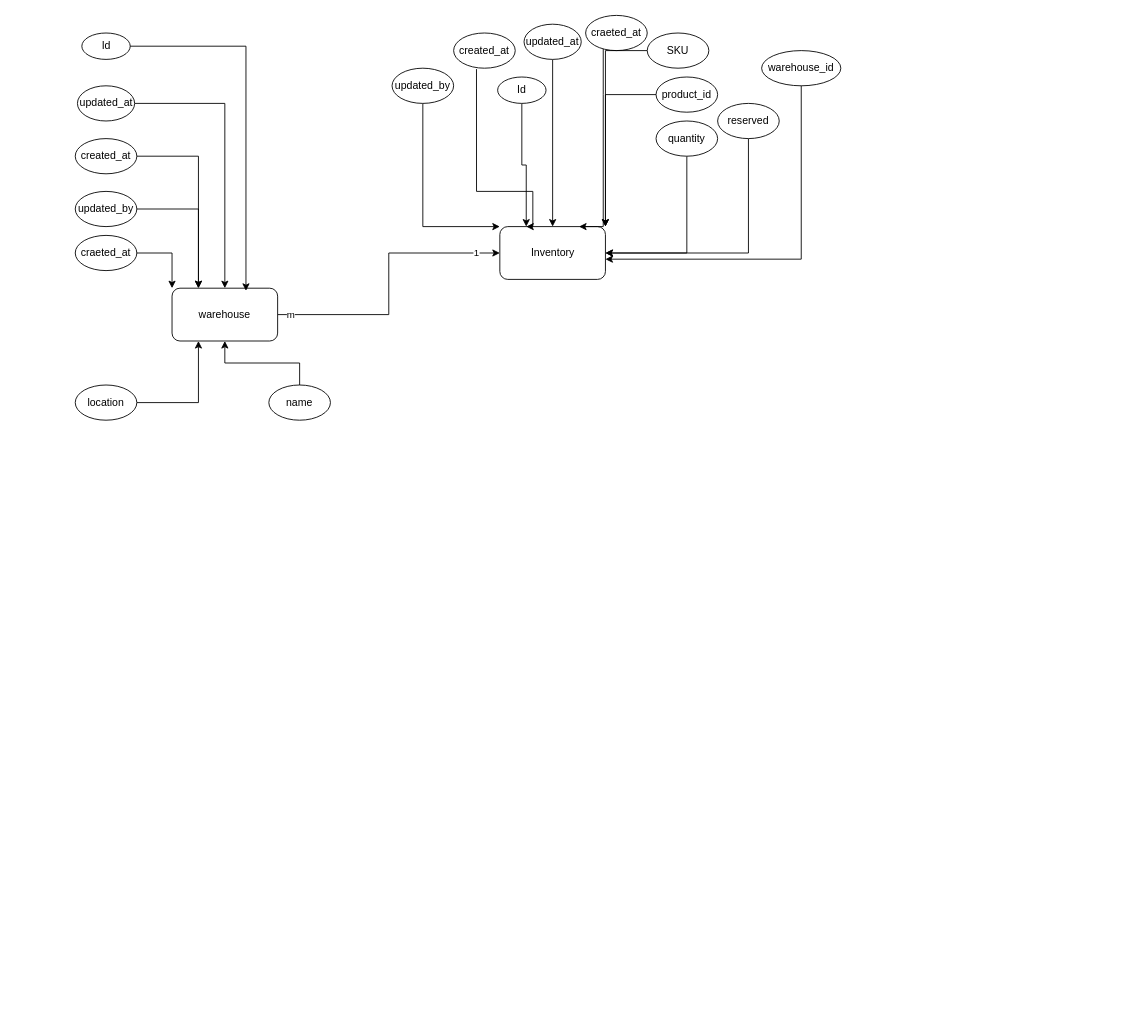
The draw.io diagram eCommerceSolution.InvertoryService/Inventory.drawio in lotfi029/ecommerce, before the edit. Source tidied: cells renumbered, new cells numbered last; positions are measured from the earlier drawing's top-left corner, leaving out a move shared by most shapes. Both pictures are drawn from the tidied source at 88%, with x=0, y=0 at pixel (75, 15).
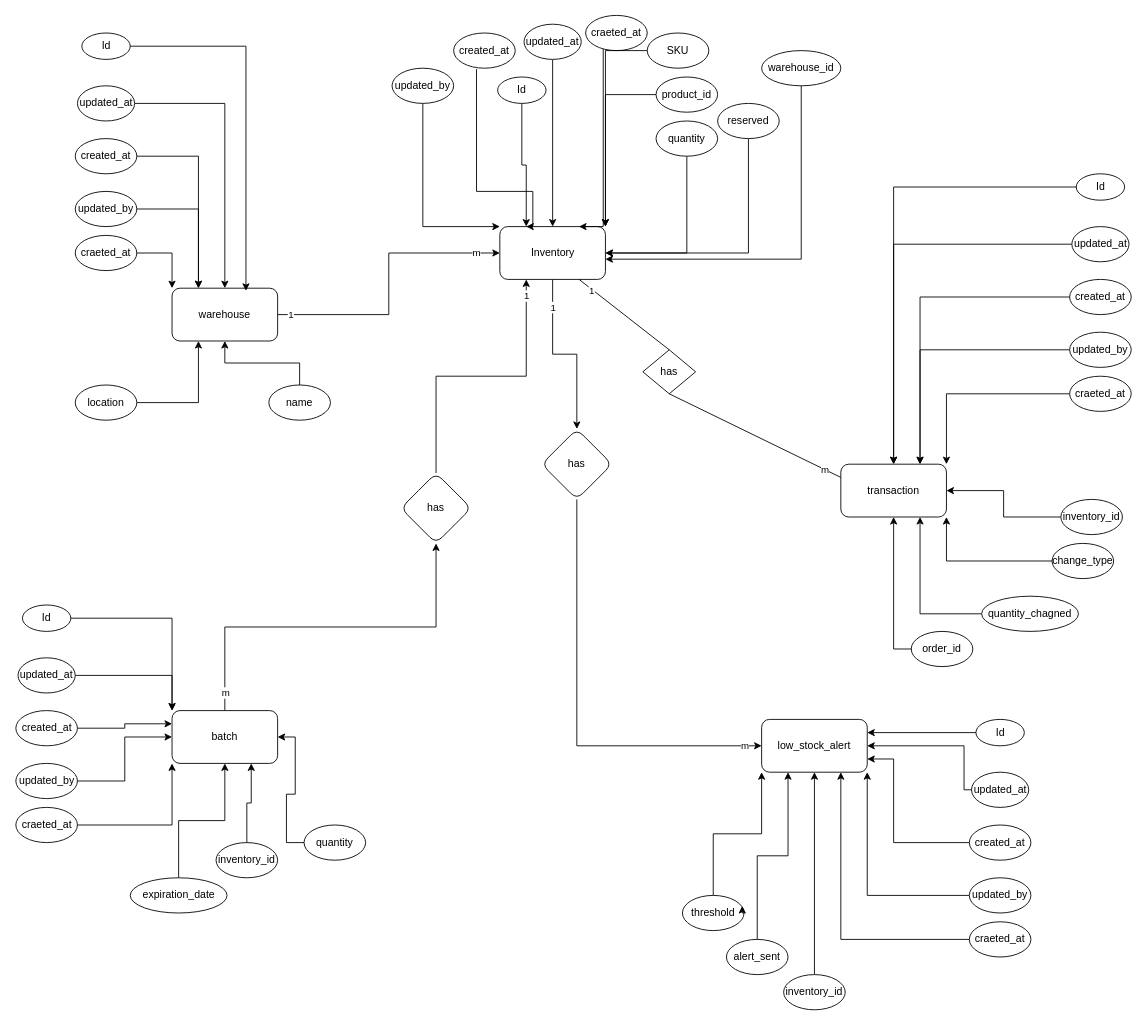
Above is the later version.

The change refers to these unchanged cells:
```xml
<mxCell id="2" value="Inventory" style="rounded=1;whiteSpace=wrap;html=1;" parent="1" vertex="1">
  <mxGeometry x="482.5" y="240" width="120" height="60" as="geometry" />
</mxCell>
<mxCell id="23" style="edgeStyle=orthogonalEdgeStyle;rounded=0;jettySize=auto;html=1;entryX=0;entryY=0.5;entryDx=0;entryDy=0;" parent="1" edge="1" source="26" target="2">
  <mxGeometry relative="1" as="geometry" />
</mxCell>
```

Diff of the diagram source:
```diff
@@
+    <mxCell id="41" style="edgeStyle=orthogonalEdgeStyle;rounded=0;jettySize=auto;html=1;entryX=0.5;entryY=0;entryDx=0;entryDy=0;" parent="1" edge="1" source="2" target="87">
+      <mxGeometry relative="1" as="geometry" />
+    </mxCell>
+    <mxCell id="42" value="1" style="edgeLabel;html=1;align=center;verticalAlign=middle;" parent="41" vertex="1">
+      <mxGeometry x="-0.69" relative="1" as="geometry" />
+    </mxCell>
@@
-    <mxCell id="24" value="m" style="edgeLabel;html=1;align=center;verticalAlign=middle;" parent="23" vertex="1">
+    <mxCell id="24" value="1" style="edgeLabel;html=1;align=center;verticalAlign=middle;" parent="23" vertex="1">
       <mxGeometry x="-0.92" y="-1" relative="1" as="geometry">
         <mxPoint x="1" y="-2" as="offset" />
       </mxGeometry>
     </mxCell>
-    <mxCell id="25" value="1" style="edgeLabel;html=1;align=center;verticalAlign=middle;" parent="23" vertex="1">
+    <mxCell id="25" value="m" style="edgeLabel;html=1;align=center;verticalAlign=middle;" parent="23" vertex="1">
       <mxGeometry x="0.77" relative="1" as="geometry">
         <mxPoint x="10" y="-1" as="offset" />
       </mxGeometry>
     </mxCell>
@@
+    <mxCell id="43" value="transaction" style="rounded=1;whiteSpace=wrap;html=1;" parent="1" vertex="1">
+      <mxGeometry x="870" y="510" width="120" height="60" as="geometry" />
+    </mxCell>
+    <mxCell id="44" style="edgeStyle=orthogonalEdgeStyle;rounded=0;jettySize=auto;html=1;entryX=0.5;entryY=0;entryDx=0;entryDy=0;" parent="1" edge="1" source="45" target="43">
+      <mxGeometry relative="1" as="geometry" />
+    </mxCell>
+    <mxCell id="45" value="Id" style="ellipse;whiteSpace=wrap;html=1;" parent="1" vertex="1">
+      <mxGeometry x="1137.5" y="180" width="55" height="30" as="geometry" />
+    </mxCell>
+    <mxCell id="46" style="edgeStyle=orthogonalEdgeStyle;rounded=0;jettySize=auto;html=1;entryX=1;entryY=0;entryDx=0;entryDy=0;" parent="1" edge="1" source="47" target="43">
+      <mxGeometry relative="1" as="geometry" />
+    </mxCell>
+    <mxCell id="47" value="craeted_at" style="ellipse;whiteSpace=wrap;html=1;" parent="1" vertex="1">
+      <mxGeometry x="1130" y="410" width="70" height="40" as="geometry" />
+    </mxCell>
+    <mxCell id="48" style="edgeStyle=orthogonalEdgeStyle;rounded=0;jettySize=auto;html=1;entryX=0.75;entryY=0;entryDx=0;entryDy=0;" parent="1" edge="1" source="49" target="43">
+      <mxGeometry relative="1" as="geometry" />
+    </mxCell>
+    <mxCell id="49" value="created_at" style="ellipse;whiteSpace=wrap;html=1;" parent="1" vertex="1">
+      <mxGeometry x="1130" y="300" width="70" height="40" as="geometry" />
+    </mxCell>
+    <mxCell id="50" style="edgeStyle=orthogonalEdgeStyle;rounded=0;jettySize=auto;html=1;entryX=0.5;entryY=0;entryDx=0;entryDy=0;" parent="1" edge="1" source="51" target="43">
+      <mxGeometry relative="1" as="geometry" />
+    </mxCell>
+    <mxCell id="51" value="updated_at" style="ellipse;whiteSpace=wrap;html=1;" parent="1" vertex="1">
+      <mxGeometry x="1132.5" y="240" width="65" height="40" as="geometry" />
+    </mxCell>
+    <mxCell id="52" style="edgeStyle=orthogonalEdgeStyle;rounded=0;jettySize=auto;html=1;entryX=0.75;entryY=0;entryDx=0;entryDy=0;" parent="1" edge="1" source="53" target="43">
+      <mxGeometry relative="1" as="geometry" />
+    </mxCell>
+    <mxCell id="53" value="updated&lt;span style=&quot;background-color: transparent; color: light-dark(rgb(0, 0, 0), rgb(255, 255, 255));&quot;&gt;_by&lt;/span&gt;" style="ellipse;whiteSpace=wrap;html=1;" parent="1" vertex="1">
+      <mxGeometry x="1130" y="360" width="70" height="40" as="geometry" />
+    </mxCell>
+    <mxCell id="54" style="edgeStyle=orthogonalEdgeStyle;rounded=0;jettySize=auto;html=1;entryX=1;entryY=0.5;entryDx=0;entryDy=0;" parent="1" edge="1" source="55" target="43">
+      <mxGeometry relative="1" as="geometry" />
+    </mxCell>
+    <mxCell id="55" value="inventory_id" style="ellipse;whiteSpace=wrap;html=1;" parent="1" vertex="1">
+      <mxGeometry x="1120" y="550" width="70" height="40" as="geometry" />
+    </mxCell>
+    <mxCell id="56" style="edgeStyle=orthogonalEdgeStyle;rounded=0;jettySize=auto;html=1;entryX=0.75;entryY=1;entryDx=0;entryDy=0;" parent="1" edge="1" source="57" target="43">
+      <mxGeometry relative="1" as="geometry" />
+    </mxCell>
+    <mxCell id="57" value="quantity_chagned" style="ellipse;whiteSpace=wrap;html=1;" parent="1" vertex="1">
+      <mxGeometry x="1030" y="660" width="110" height="40" as="geometry" />
+    </mxCell>
+    <mxCell id="58" style="edgeStyle=orthogonalEdgeStyle;rounded=0;jettySize=auto;html=1;entryX=1;entryY=1;entryDx=0;entryDy=0;" parent="1" edge="1" source="59" target="43">
+      <mxGeometry relative="1" as="geometry" />
+    </mxCell>
+    <mxCell id="59" value="change_type" style="ellipse;whiteSpace=wrap;html=1;" parent="1" vertex="1">
+      <mxGeometry x="1110" y="600" width="70" height="40" as="geometry" />
+    </mxCell>
+    <mxCell id="60" value="order_id" style="ellipse;whiteSpace=wrap;html=1;" parent="1" vertex="1">
+      <mxGeometry x="950" y="700" width="70" height="40" as="geometry" />
+    </mxCell>
+    <mxCell id="61" style="edgeStyle=orthogonalEdgeStyle;rounded=0;jettySize=auto;html=1;entryX=0.5;entryY=1;entryDx=0;entryDy=0;exitX=0;exitY=0.5;exitDx=0;exitDy=0;" parent="1" edge="1" source="60" target="43">
+      <mxGeometry relative="1" as="geometry">
+        <Array as="points">
+          <mxPoint x="930" y="720" />
+        </Array>
+      </mxGeometry>
+    </mxCell>
+    <mxCell id="62" style="endArrow=none;html=1;rounded=0;entryX=0.5;entryY=1;entryDx=0;entryDy=0;exitX=0;exitY=0.25;exitDx=0;exitDy=0;" parent="1" edge="1" source="43" target="64">
+      <mxGeometry relative="1" as="geometry" />
+    </mxCell>
+    <mxCell id="63" value="m" style="edgeLabel;html=1;align=center;verticalAlign=middle;" parent="62" vertex="1">
+      <mxGeometry x="-0.81" relative="1" as="geometry" />
+    </mxCell>
+    <mxCell id="64" value="has" style="rhombus;whiteSpace=wrap;html=1;" parent="1" vertex="1">
+      <mxGeometry x="645" y="380" width="60" height="50" as="geometry" />
+    </mxCell>
+    <mxCell id="65" style="endArrow=none;html=1;rounded=0;entryX=0.75;entryY=1;entryDx=0;entryDy=0;exitX=0.5;exitY=0;exitDx=0;exitDy=0;" parent="1" edge="1" source="64" target="2">
+      <mxGeometry relative="1" as="geometry" />
+    </mxCell>
+    <mxCell id="66" value="1" style="edgeLabel;html=1;align=center;verticalAlign=middle;" parent="65" vertex="1">
+      <mxGeometry x="0.73" relative="1" as="geometry">
+        <mxPoint y="1" as="offset" />
+      </mxGeometry>
+    </mxCell>
+    <mxCell id="67" value="low_stock_alert" style="rounded=1;whiteSpace=wrap;html=1;" parent="1" vertex="1">
+      <mxGeometry x="780" y="800" width="120" height="60" as="geometry" />
+    </mxCell>
+    <mxCell id="68" style="edgeStyle=orthogonalEdgeStyle;rounded=0;jettySize=auto;html=1;entryX=1;entryY=0.25;entryDx=0;entryDy=0;" parent="1" edge="1" source="69" target="67">
+      <mxGeometry relative="1" as="geometry" />
+    </mxCell>
+    <mxCell id="69" value="Id" style="ellipse;whiteSpace=wrap;html=1;" parent="1" vertex="1">
+      <mxGeometry x="1023.5" y="800" width="55" height="30" as="geometry" />
+    </mxCell>
+    <mxCell id="70" style="edgeStyle=orthogonalEdgeStyle;rounded=0;jettySize=auto;html=1;entryX=0.75;entryY=1;entryDx=0;entryDy=0;" parent="1" edge="1" source="71" target="67">
+      <mxGeometry relative="1" as="geometry" />
+    </mxCell>
+    <mxCell id="71" value="craeted_at" style="ellipse;whiteSpace=wrap;html=1;" parent="1" vertex="1">
+      <mxGeometry x="1016" y="1030" width="70" height="40" as="geometry" />
+    </mxCell>
+    <mxCell id="72" style="edgeStyle=orthogonalEdgeStyle;rounded=0;jettySize=auto;html=1;entryX=1;entryY=0.75;entryDx=0;entryDy=0;" parent="1" edge="1" source="73" target="67">
+      <mxGeometry relative="1" as="geometry">
+        <Array as="points">
+          <mxPoint x="930" y="940" />
+          <mxPoint x="930" y="845" />
+        </Array>
+      </mxGeometry>
+    </mxCell>
+    <mxCell id="73" value="created_at" style="ellipse;whiteSpace=wrap;html=1;" parent="1" vertex="1">
+      <mxGeometry x="1016" y="920" width="70" height="40" as="geometry" />
+    </mxCell>
+    <mxCell id="74" style="edgeStyle=orthogonalEdgeStyle;rounded=0;jettySize=auto;html=1;entryX=1;entryY=0.5;entryDx=0;entryDy=0;" parent="1" edge="1" source="75" target="67">
+      <mxGeometry relative="1" as="geometry">
+        <Array as="points">
+          <mxPoint x="1010" y="880" />
+          <mxPoint x="1010" y="830" />
+        </Array>
+      </mxGeometry>
+    </mxCell>
+    <mxCell id="75" value="updated_at" style="ellipse;whiteSpace=wrap;html=1;" parent="1" vertex="1">
+      <mxGeometry x="1018.5" y="860" width="65" height="40" as="geometry" />
+    </mxCell>
+    <mxCell id="76" style="edgeStyle=orthogonalEdgeStyle;rounded=0;jettySize=auto;html=1;entryX=1;entryY=1;entryDx=0;entryDy=0;" parent="1" edge="1" source="77" target="67">
+      <mxGeometry relative="1" as="geometry" />
+    </mxCell>
+    <mxCell id="77" value="updated&lt;span style=&quot;background-color: transparent; color: light-dark(rgb(0, 0, 0), rgb(255, 255, 255));&quot;&gt;_by&lt;/span&gt;" style="ellipse;whiteSpace=wrap;html=1;" parent="1" vertex="1">
+      <mxGeometry x="1016" y="980" width="70" height="40" as="geometry" />
+    </mxCell>
+    <mxCell id="78" style="edgeStyle=orthogonalEdgeStyle;rounded=0;jettySize=auto;html=1;entryX=0.5;entryY=1;entryDx=0;entryDy=0;" parent="1" edge="1" source="79" target="67">
+      <mxGeometry relative="1" as="geometry" />
+    </mxCell>
+    <mxCell id="79" value="inventory_id" style="ellipse;whiteSpace=wrap;html=1;" parent="1" vertex="1">
+      <mxGeometry x="805" y="1090" width="70" height="40" as="geometry" />
+    </mxCell>
+    <mxCell id="80" style="edgeStyle=orthogonalEdgeStyle;rounded=0;jettySize=auto;html=1;entryX=0.25;entryY=1;entryDx=0;entryDy=0;" parent="1" edge="1" source="81" target="67">
+      <mxGeometry relative="1" as="geometry" />
+    </mxCell>
+    <mxCell id="81" value="alert_sent" style="ellipse;whiteSpace=wrap;html=1;" parent="1" vertex="1">
+      <mxGeometry x="740" y="1050" width="70" height="40" as="geometry" />
+    </mxCell>
+    <mxCell id="82" style="edgeStyle=orthogonalEdgeStyle;rounded=0;jettySize=auto;html=1;entryX=0;entryY=1;entryDx=0;entryDy=0;exitX=0.5;exitY=0;exitDx=0;exitDy=0;" parent="1" edge="1" source="83" target="67">
+      <mxGeometry relative="1" as="geometry">
+        <Array as="points">
+          <mxPoint x="725" y="930" />
+          <mxPoint x="780" y="930" />
+        </Array>
+      </mxGeometry>
+    </mxCell>
+    <mxCell id="83" value="threshold" style="ellipse;whiteSpace=wrap;html=1;" parent="1" vertex="1">
+      <mxGeometry x="690" y="1000" width="70" height="40" as="geometry" />
+    </mxCell>
+    <mxCell id="84" style="edgeStyle=orthogonalEdgeStyle;rounded=0;orthogonalLoop=1;jettySize=auto;html=1;exitX=1;exitY=0.5;exitDx=0;exitDy=0;entryX=0.971;entryY=0.3;entryDx=0;entryDy=0;entryPerimeter=0;" parent="1" edge="1" source="83" target="83">
+      <mxGeometry relative="1" as="geometry" />
+    </mxCell>
+    <mxCell id="85" style="edgeStyle=orthogonalEdgeStyle;rounded=0;jettySize=auto;html=1;entryX=0;entryY=0.5;entryDx=0;entryDy=0;exitX=0.5;exitY=1;exitDx=0;exitDy=0;" parent="1" edge="1" source="87" target="67">
+      <mxGeometry relative="1" as="geometry" />
+    </mxCell>
+    <mxCell id="86" value="&lt;div&gt;&lt;span style=&quot;background-color: light-dark(#ffffff, var(--ge-dark-color, #121212)); color: light-dark(rgb(0, 0, 0), rgb(255, 255, 255));&quot;&gt;m&lt;/span&gt;&lt;/div&gt;" style="edgeLabel;html=1;align=center;verticalAlign=middle;" parent="85" vertex="1">
+      <mxGeometry x="0.92" y="-2" relative="1" as="geometry">
+        <mxPoint y="-3" as="offset" />
+      </mxGeometry>
+    </mxCell>
+    <mxCell id="87" value="has" style="rhombus;whiteSpace=wrap;html=1;rounded=1;" parent="1" vertex="1">
+      <mxGeometry x="530" y="470" width="80" height="80" as="geometry" />
+    </mxCell>
+    <mxCell id="88" style="edgeStyle=orthogonalEdgeStyle;rounded=0;jettySize=auto;html=1;exitX=0.5;exitY=0;exitDx=0;exitDy=0;" parent="1" edge="1" source="90" target="109">
+      <mxGeometry relative="1" as="geometry" />
+    </mxCell>
+    <mxCell id="89" value="m" style="edgeLabel;html=1;align=center;verticalAlign=middle;" parent="88" vertex="1">
+      <mxGeometry x="-0.9" relative="1" as="geometry" />
+    </mxCell>
+    <mxCell id="90" value="batch" style="rounded=1;whiteSpace=wrap;html=1;" parent="1" vertex="1">
+      <mxGeometry x="110" y="790" width="120" height="60" as="geometry" />
+    </mxCell>
+    <mxCell id="91" style="edgeStyle=orthogonalEdgeStyle;rounded=0;jettySize=auto;html=1;entryX=0;entryY=0;entryDx=0;entryDy=0;" parent="1" edge="1" source="92" target="90">
+      <mxGeometry relative="1" as="geometry" />
+    </mxCell>
+    <mxCell id="92" value="Id" style="ellipse;whiteSpace=wrap;html=1;" parent="1" vertex="1">
+      <mxGeometry x="-60" y="670" width="55" height="30" as="geometry" />
+    </mxCell>
+    <mxCell id="93" style="edgeStyle=orthogonalEdgeStyle;rounded=0;jettySize=auto;html=1;entryX=0;entryY=1;entryDx=0;entryDy=0;" parent="1" edge="1" source="94" target="90">
+      <mxGeometry relative="1" as="geometry" />
+    </mxCell>
+    <mxCell id="94" value="craeted_at" style="ellipse;whiteSpace=wrap;html=1;" parent="1" vertex="1">
+      <mxGeometry x="-67.5" y="900" width="70" height="40" as="geometry" />
+    </mxCell>
+    <mxCell id="95" style="edgeStyle=orthogonalEdgeStyle;rounded=0;jettySize=auto;html=1;entryX=0;entryY=0.25;entryDx=0;entryDy=0;" parent="1" edge="1" source="96" target="90">
+      <mxGeometry relative="1" as="geometry" />
+    </mxCell>
+    <mxCell id="96" value="created_at" style="ellipse;whiteSpace=wrap;html=1;" parent="1" vertex="1">
+      <mxGeometry x="-67.5" y="790" width="70" height="40" as="geometry" />
+    </mxCell>
+    <mxCell id="97" style="edgeStyle=orthogonalEdgeStyle;rounded=0;jettySize=auto;html=1;entryX=0;entryY=0;entryDx=0;entryDy=0;" parent="1" edge="1" source="98" target="90">
+      <mxGeometry relative="1" as="geometry" />
+    </mxCell>
+    <mxCell id="98" value="updated_at" style="ellipse;whiteSpace=wrap;html=1;" parent="1" vertex="1">
+      <mxGeometry x="-65" y="730" width="65" height="40" as="geometry" />
+    </mxCell>
+    <mxCell id="99" style="edgeStyle=orthogonalEdgeStyle;rounded=0;jettySize=auto;html=1;entryX=0;entryY=0.5;entryDx=0;entryDy=0;" parent="1" edge="1" source="100" target="90">
+      <mxGeometry relative="1" as="geometry" />
+    </mxCell>
+    <mxCell id="100" value="updated&lt;span style=&quot;background-color: transparent; color: light-dark(rgb(0, 0, 0), rgb(255, 255, 255));&quot;&gt;_by&lt;/span&gt;" style="ellipse;whiteSpace=wrap;html=1;" parent="1" vertex="1">
+      <mxGeometry x="-67.5" y="850" width="70" height="40" as="geometry" />
+    </mxCell>
+    <mxCell id="101" style="edgeStyle=orthogonalEdgeStyle;rounded=0;jettySize=auto;html=1;entryX=1;entryY=0.5;entryDx=0;entryDy=0;" parent="1" edge="1" source="102" target="90">
+      <mxGeometry relative="1" as="geometry" />
+    </mxCell>
+    <mxCell id="102" value="quantity" style="ellipse;whiteSpace=wrap;html=1;" parent="1" vertex="1">
+      <mxGeometry x="260" y="920" width="70" height="40" as="geometry" />
+    </mxCell>
+    <mxCell id="103" style="edgeStyle=orthogonalEdgeStyle;rounded=0;jettySize=auto;html=1;entryX=0.75;entryY=1;entryDx=0;entryDy=0;" parent="1" edge="1" source="104" target="90">
+      <mxGeometry relative="1" as="geometry" />
+    </mxCell>
+    <mxCell id="104" value="inventory_id" style="ellipse;whiteSpace=wrap;html=1;" parent="1" vertex="1">
+      <mxGeometry x="160" y="940" width="70" height="40" as="geometry" />
+    </mxCell>
+    <mxCell id="105" style="edgeStyle=orthogonalEdgeStyle;rounded=0;jettySize=auto;html=1;" parent="1" edge="1" source="106" target="90">
+      <mxGeometry relative="1" as="geometry" />
+    </mxCell>
+    <mxCell id="106" value="expiration_date" style="ellipse;whiteSpace=wrap;html=1;" parent="1" vertex="1">
+      <mxGeometry x="62.5" y="980" width="110" height="40" as="geometry" />
+    </mxCell>
+    <mxCell id="107" style="edgeStyle=orthogonalEdgeStyle;rounded=0;jettySize=auto;html=1;entryX=0.25;entryY=1;entryDx=0;entryDy=0;exitX=0.5;exitY=0;exitDx=0;exitDy=0;" parent="1" edge="1" source="109" target="2">
+      <mxGeometry relative="1" as="geometry" />
+    </mxCell>
+    <mxCell id="108" value="1" style="edgeLabel;html=1;align=center;verticalAlign=middle;" parent="107" vertex="1">
+      <mxGeometry x="0.89" y="1" relative="1" as="geometry">
+        <mxPoint x="1" y="1" as="offset" />
+      </mxGeometry>
+    </mxCell>
+    <mxCell id="109" value="has" style="rhombus;whiteSpace=wrap;html=1;rounded=1;" parent="1" vertex="1">
+      <mxGeometry x="370" y="520" width="80" height="80" as="geometry" />
+    </mxCell>
```
